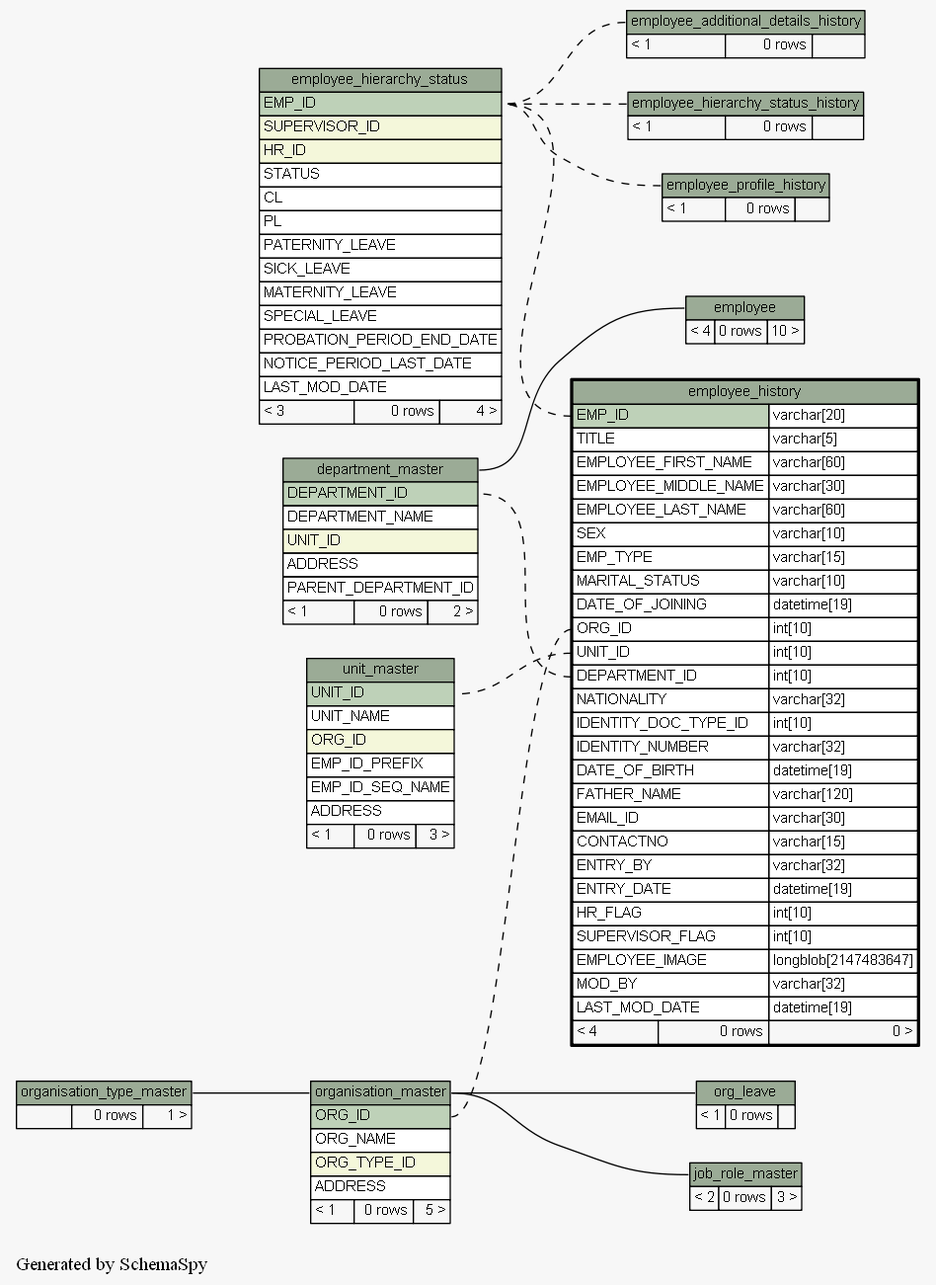
engineerscraft/hrms keeps this Graphviz diagram as docs/database/schemaspy/graphs/employee_history.implied2degrees.png. Above is the earlier version. Its source is kept beside it as docs/database/schemaspy/graphs/employee_history.implied2degrees.dot.
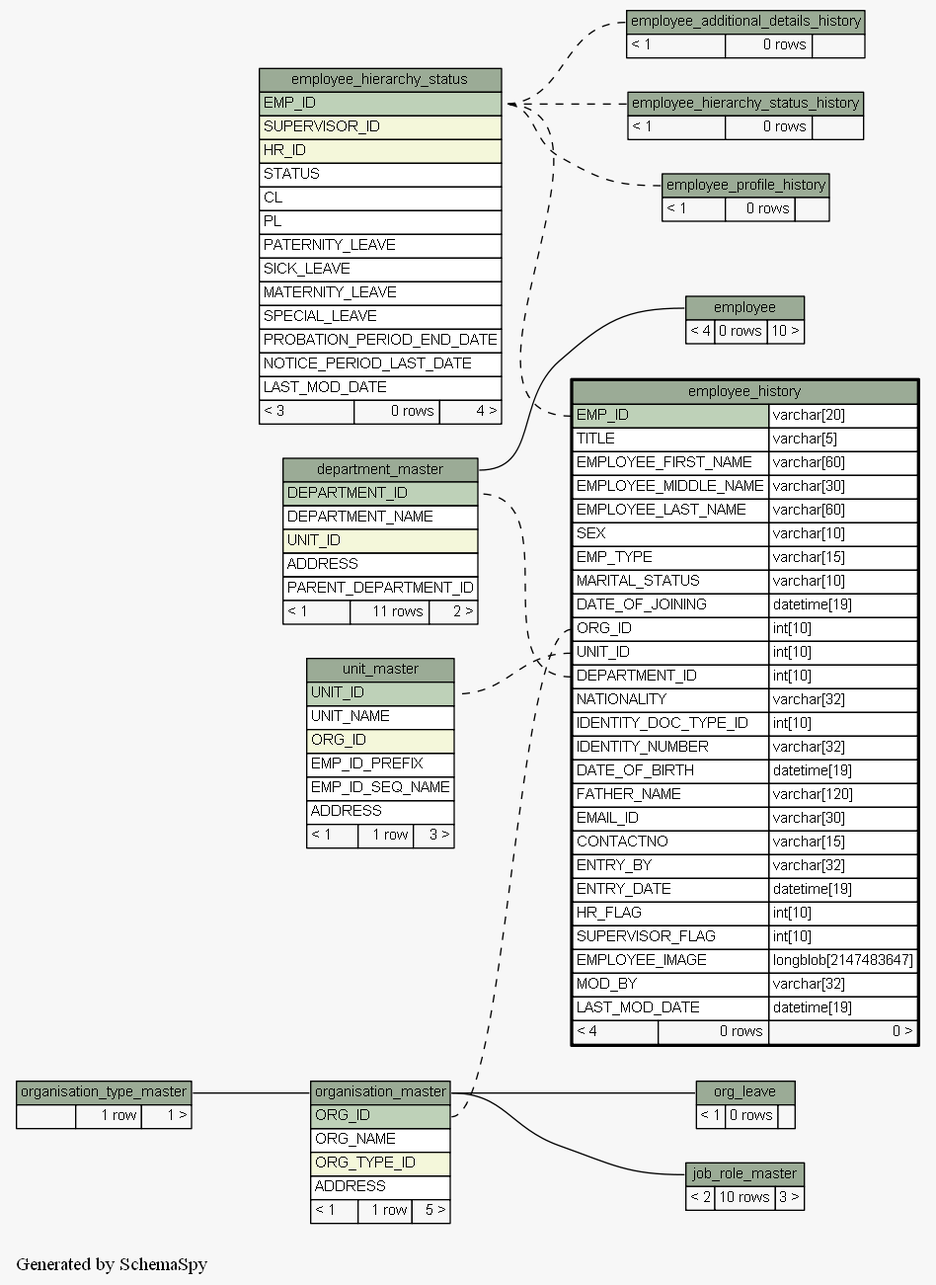
Above is the later version.

The edit, as a diff of the source:
```diff
@@ -33,7 +33,7 @@
       <TR><TD PORT="UNIT_ID" COLSPAN="3" BGCOLOR="#f4f7da" ALIGN="LEFT">UNIT_ID</TD></TR>
       <TR><TD PORT="ADDRESS" COLSPAN="3" ALIGN="LEFT">ADDRESS</TD></TR>
       <TR><TD PORT="PARENT_DEPARTMENT_ID" COLSPAN="3" ALIGN="LEFT">PARENT_DEPARTMENT_ID</TD></TR>
-      <TR><TD ALIGN="LEFT" BGCOLOR="#f7f7f7">&lt; 1</TD><TD ALIGN="RIGHT" BGCOLOR="#f7f7f7">0 rows</TD><TD ALIGN="RIGHT" BGCOLOR="#f7f7f7">2 &gt;</TD></TR>
+      <TR><TD ALIGN="LEFT" BGCOLOR="#f7f7f7">&lt; 1</TD><TD ALIGN="RIGHT" BGCOLOR="#f7f7f7">11 rows</TD><TD ALIGN="RIGHT" BGCOLOR="#f7f7f7">2 &gt;</TD></TR>
     </TABLE>>
     URL="department_master.html#graph"
     tooltip="department_master"
@@ -135,7 +135,7 @@
     label=<
     <TABLE BORDER="0" CELLBORDER="1" CELLSPACING="0" BGCOLOR="#ffffff">
       <TR><TD PORT="job_role_master.heading" COLSPAN="3" BGCOLOR="#9bab96" ALIGN="CENTER">job_role_master</TD></TR>
-      <TR><TD ALIGN="LEFT" BGCOLOR="#f7f7f7">&lt; 2</TD><TD ALIGN="RIGHT" BGCOLOR="#f7f7f7">0 rows</TD><TD ALIGN="RIGHT" BGCOLOR="#f7f7f7">3 &gt;</TD></TR>
+      <TR><TD ALIGN="LEFT" BGCOLOR="#f7f7f7">&lt; 2</TD><TD ALIGN="RIGHT" BGCOLOR="#f7f7f7">10 rows</TD><TD ALIGN="RIGHT" BGCOLOR="#f7f7f7">3 &gt;</TD></TR>
     </TABLE>>
     URL="job_role_master.html#graph"
     tooltip="job_role_master"
@@ -157,7 +157,7 @@
       <TR><TD PORT="ORG_NAME" COLSPAN="3" ALIGN="LEFT">ORG_NAME</TD></TR>
       <TR><TD PORT="ORG_TYPE_ID" COLSPAN="3" BGCOLOR="#f4f7da" ALIGN="LEFT">ORG_TYPE_ID</TD></TR>
       <TR><TD PORT="ADDRESS" COLSPAN="3" ALIGN="LEFT">ADDRESS</TD></TR>
-      <TR><TD ALIGN="LEFT" BGCOLOR="#f7f7f7">&lt; 1</TD><TD ALIGN="RIGHT" BGCOLOR="#f7f7f7">0 rows</TD><TD ALIGN="RIGHT" BGCOLOR="#f7f7f7">5 &gt;</TD></TR>
+      <TR><TD ALIGN="LEFT" BGCOLOR="#f7f7f7">&lt; 1</TD><TD ALIGN="RIGHT" BGCOLOR="#f7f7f7">1 row</TD><TD ALIGN="RIGHT" BGCOLOR="#f7f7f7">5 &gt;</TD></TR>
     </TABLE>>
     URL="organisation_master.html#graph"
     tooltip="organisation_master"
@@ -166,7 +166,7 @@
     label=<
     <TABLE BORDER="0" CELLBORDER="1" CELLSPACING="0" BGCOLOR="#ffffff">
       <TR><TD PORT="organisation_type_master.heading" COLSPAN="3" BGCOLOR="#9bab96" ALIGN="CENTER">organisation_type_master</TD></TR>
-      <TR><TD ALIGN="LEFT" BGCOLOR="#f7f7f7">  </TD><TD ALIGN="RIGHT" BGCOLOR="#f7f7f7">0 rows</TD><TD ALIGN="RIGHT" BGCOLOR="#f7f7f7">1 &gt;</TD></TR>
+      <TR><TD ALIGN="LEFT" BGCOLOR="#f7f7f7">  </TD><TD ALIGN="RIGHT" BGCOLOR="#f7f7f7">1 row</TD><TD ALIGN="RIGHT" BGCOLOR="#f7f7f7">1 &gt;</TD></TR>
     </TABLE>>
     URL="organisation_type_master.html#graph"
     tooltip="organisation_type_master"
@@ -181,7 +181,7 @@
       <TR><TD PORT="EMP_ID_PREFIX" COLSPAN="3" ALIGN="LEFT">EMP_ID_PREFIX</TD></TR>
       <TR><TD PORT="EMP_ID_SEQ_NAME" COLSPAN="3" ALIGN="LEFT">EMP_ID_SEQ_NAME</TD></TR>
       <TR><TD PORT="ADDRESS" COLSPAN="3" ALIGN="LEFT">ADDRESS</TD></TR>
-      <TR><TD ALIGN="LEFT" BGCOLOR="#f7f7f7">&lt; 1</TD><TD ALIGN="RIGHT" BGCOLOR="#f7f7f7">0 rows</TD><TD ALIGN="RIGHT" BGCOLOR="#f7f7f7">3 &gt;</TD></TR>
+      <TR><TD ALIGN="LEFT" BGCOLOR="#f7f7f7">&lt; 1</TD><TD ALIGN="RIGHT" BGCOLOR="#f7f7f7">1 row</TD><TD ALIGN="RIGHT" BGCOLOR="#f7f7f7">3 &gt;</TD></TR>
     </TABLE>>
     URL="unit_master.html#graph"
     tooltip="unit_master"
```
